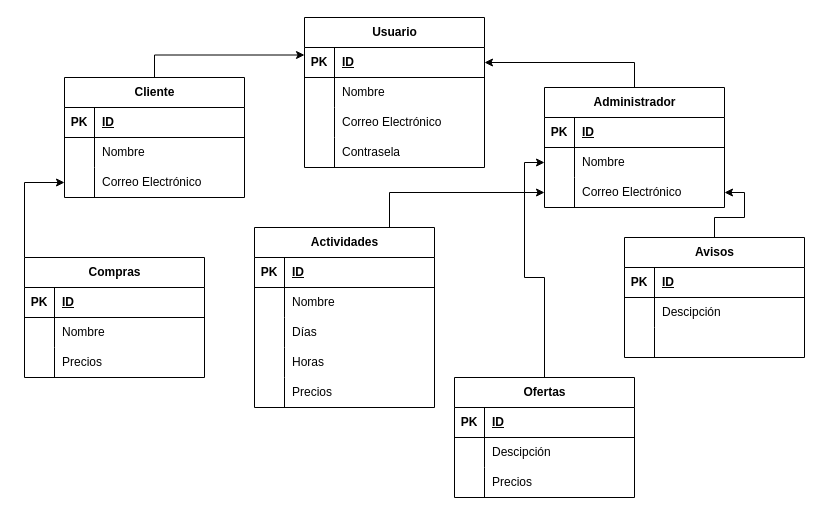
HuBaMarin/projDespliegue keeps this draw.io diagram as relacional.drawio. Above is the earlier version. Source tidied: cells renumbered, new cells numbered last; positions are measured from the earlier drawing's top-left corner, leaving out a move shared by most shapes. Both pictures are drawn from the tidied source at 100%, with x=0, y=0 at pixel (24, 17).
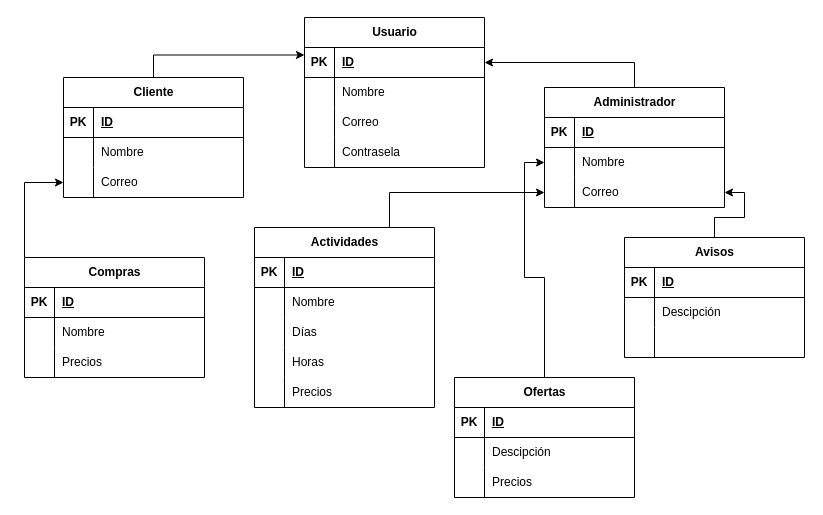
Above is the later version.

The change refers to these unchanged cells:
```xml
<mxCell id="9" style="shape=tableRow;horizontal=0;startSize=0;swimlaneHead=0;swimlaneBody=0;fillColor=none;top=0;left=0;right=0;bottom=0;" parent="2" vertex="1">
  <mxGeometry y="90" width="180" height="30" as="geometry" />
</mxCell>
<mxCell id="23" style="shape=tableRow;horizontal=0;startSize=0;swimlaneHead=0;swimlaneBody=0;fillColor=none;points=[[0,0.5],[1,0.5]];portConstraint=eastwest;top=0;left=0;right=0;bottom=0;" parent="16" vertex="1">
  <mxGeometry y="90" width="180" height="30" as="geometry" />
</mxCell>
<mxCell id="84" style="shape=tableRow;horizontal=0;startSize=0;swimlaneHead=0;swimlaneBody=0;fillColor=none;points=[[0,0.5],[1,0.5]];portConstraint=eastwest;top=0;left=0;right=0;bottom=0;" parent="77" vertex="1">
  <mxGeometry y="90" width="180" height="30" as="geometry" />
</mxCell>
```

What changed in the source:
```diff
@@
-    <mxCell id="11" value="Correo Electrónico" style="shape=partialRectangle;fillColor=none;top=0;left=0;bottom=0;right=0;align=left;spacingLeft=6;overflow=hidden;whiteSpace=wrap;html=1;" parent="9" vertex="1">
+    <mxCell id="11" value="Correo" style="shape=partialRectangle;fillColor=none;top=0;left=0;bottom=0;right=0;align=left;spacingLeft=6;overflow=hidden;whiteSpace=wrap;html=1;" parent="9" vertex="1">
       <mxGeometry x="30" width="150" height="30" as="geometry" />
     </mxCell>
@@
     <mxCell id="16" value="Cliente" style="shape=table;startSize=30;childLayout=tableLayout;rowLines=0;fontStyle=1;align=center;html=1;" parent="1" vertex="1">
-      <mxGeometry x="40" y="60" width="180" height="120" as="geometry" />
+      <mxGeometry x="39" y="60" width="180" height="120" as="geometry" />
     </mxCell>
@@
-    <mxCell id="25" value="Correo Electrónico" style="shape=partialRectangle;fillColor=none;top=0;left=0;bottom=0;right=0;align=left;spacingLeft=6;overflow=hidden;whiteSpace=wrap;html=1;" parent="23" vertex="1">
+    <mxCell id="25" value="Correo" style="shape=partialRectangle;fillColor=none;top=0;left=0;bottom=0;right=0;align=left;spacingLeft=6;overflow=hidden;whiteSpace=wrap;html=1;" parent="23" vertex="1">
       <mxGeometry x="30" width="150" height="30" as="geometry" />
     </mxCell>
@@
-    <mxCell id="86" value="Correo Electrónico" style="shape=partialRectangle;fillColor=none;top=0;left=0;bottom=0;right=0;align=left;spacingLeft=6;overflow=hidden;whiteSpace=wrap;html=1;" parent="84" vertex="1">
+    <mxCell id="86" value="Correo" style="shape=partialRectangle;fillColor=none;top=0;left=0;bottom=0;right=0;align=left;spacingLeft=6;overflow=hidden;whiteSpace=wrap;html=1;" parent="84" vertex="1">
       <mxGeometry x="30" width="150" height="30" as="geometry" />
     </mxCell>
```
